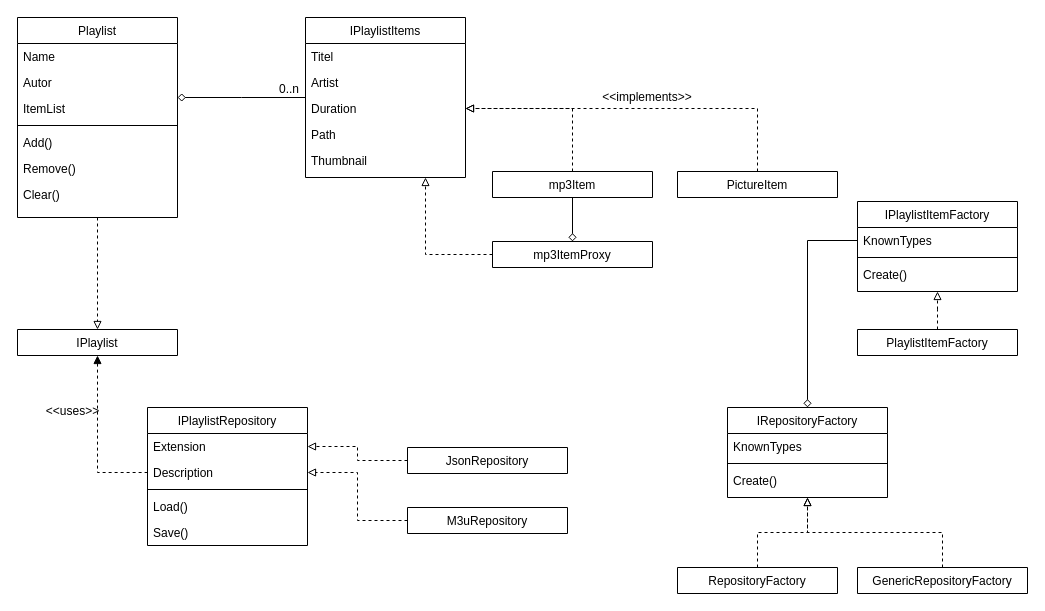
atillakati/sw_developer_2020_Atilla keeps this draw.io diagram as page "SolutionClasses" (2 of 4) of src/Wifi.PlaylistEditor.Repositories.MongoDb/20201103_PlaylistEditor.drawio. Above is the earlier version. Source tidied: cells renumbered, new cells numbered last; positions are measured from the earlier drawing's top-left corner, leaving out a move shared by most shapes. Both pictures are drawn from the tidied source at 100%, with x=0, y=0 at pixel (17, 17).
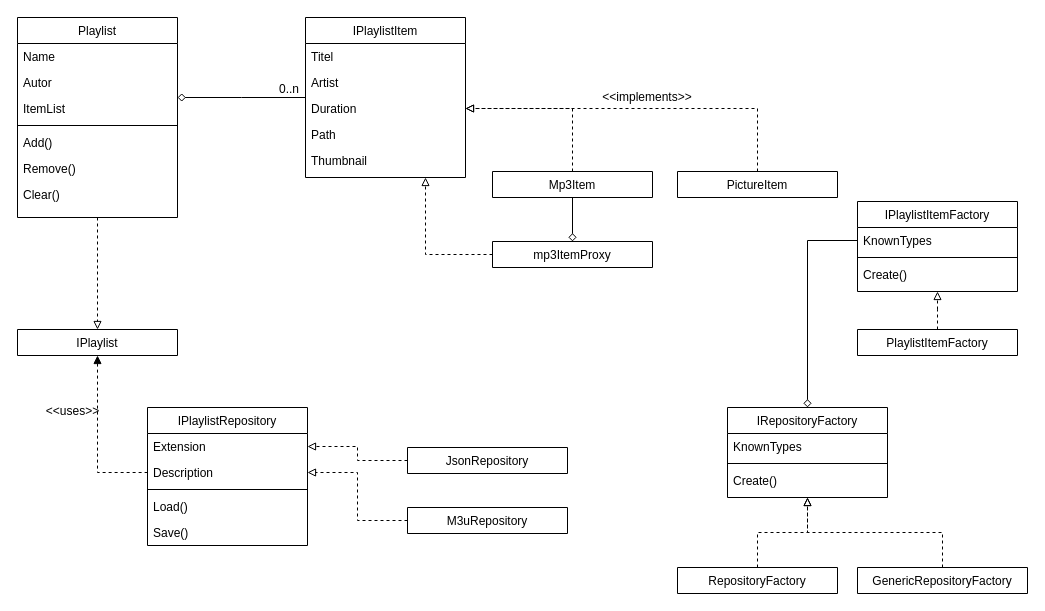
The same page after the edit.

The edit, as a diff of the source:
```diff
@@
-    <mxCell id="22" value="IPlaylistItems" style="swimlane;fontStyle=0;align=center;verticalAlign=top;horizontal=1;startSize=26;rounded=0;shadow=0;strokeWidth=1;" parent="1" vertex="1">
+    <mxCell id="22" value="IPlaylistItem" style="swimlane;fontStyle=0;align=center;verticalAlign=top;horizontal=1;startSize=26;rounded=0;shadow=0;strokeWidth=1;" parent="1" vertex="1">
       <mxGeometry x="288" width="160" height="160" as="geometry" />
     </mxCell>
@@
-    <mxCell id="52" value="mp3Item" style="swimlane;fontStyle=0;align=center;verticalAlign=top;horizontal=1;startSize=26;rounded=0;shadow=0;strokeWidth=1;" parent="1" vertex="1" collapsed="1">
+    <mxCell id="52" value="Mp3Item" style="swimlane;fontStyle=0;align=center;verticalAlign=top;horizontal=1;startSize=26;rounded=0;shadow=0;strokeWidth=1;" parent="1" vertex="1" collapsed="1">
       <mxGeometry x="475" y="154" width="160" height="26" as="geometry" />
     </mxCell>
```
